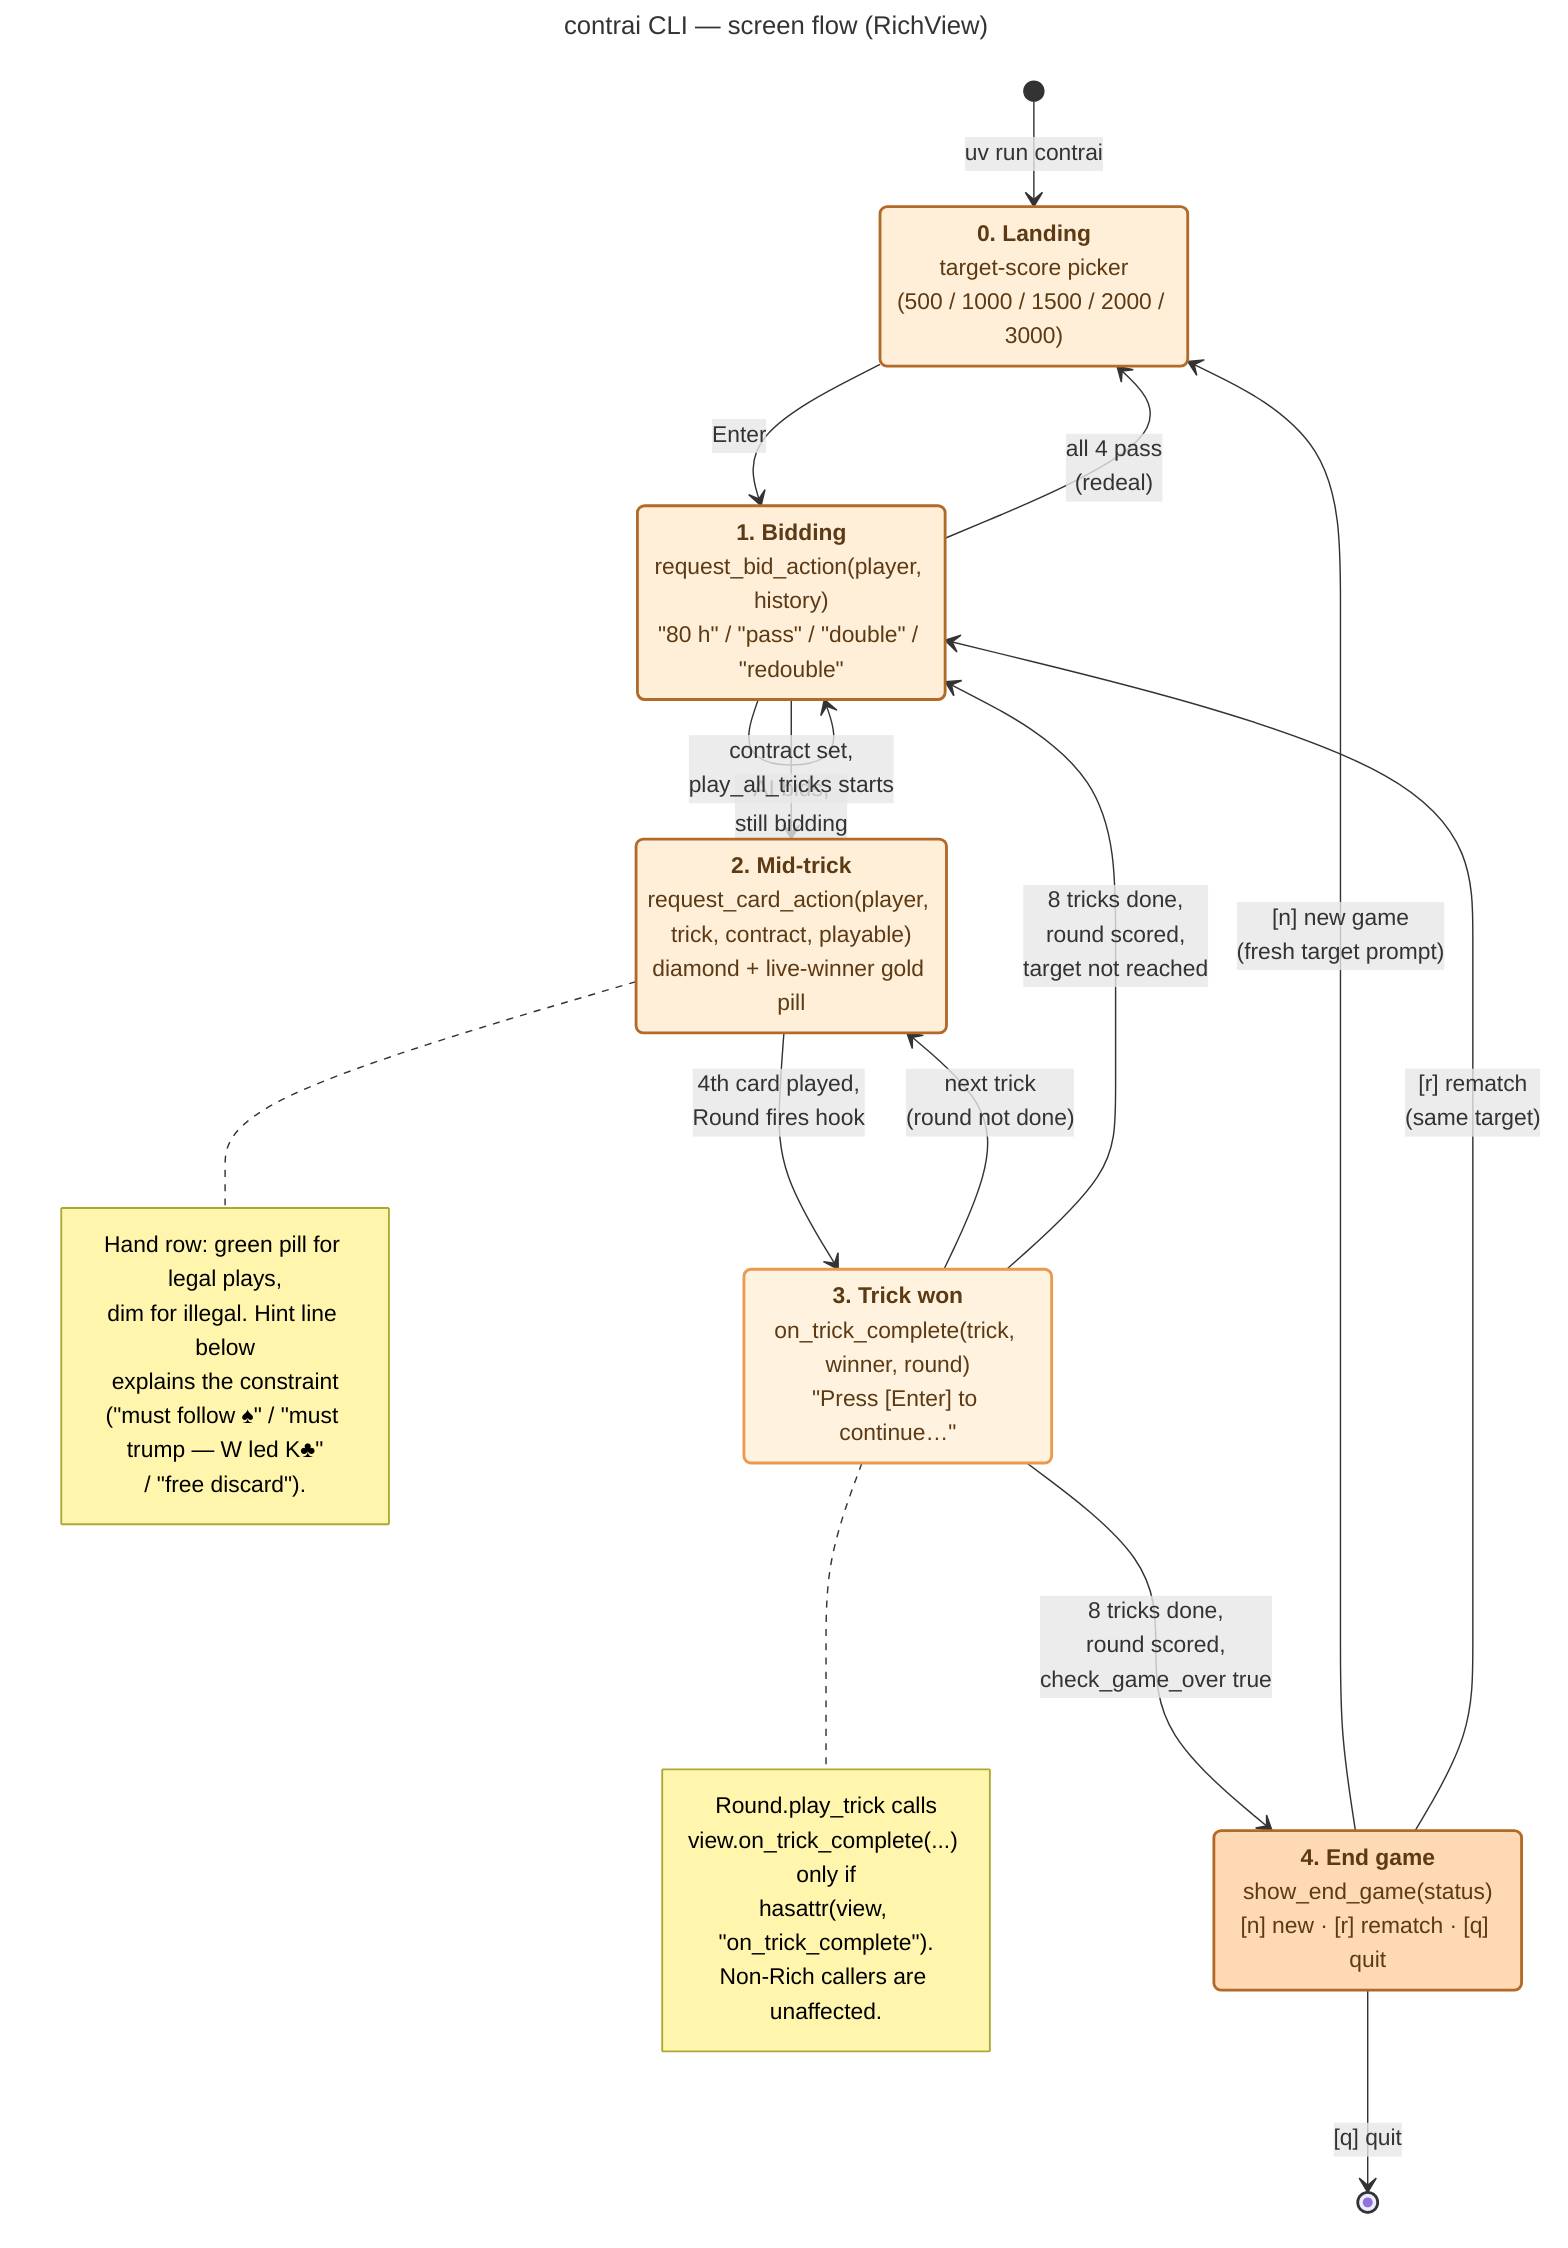
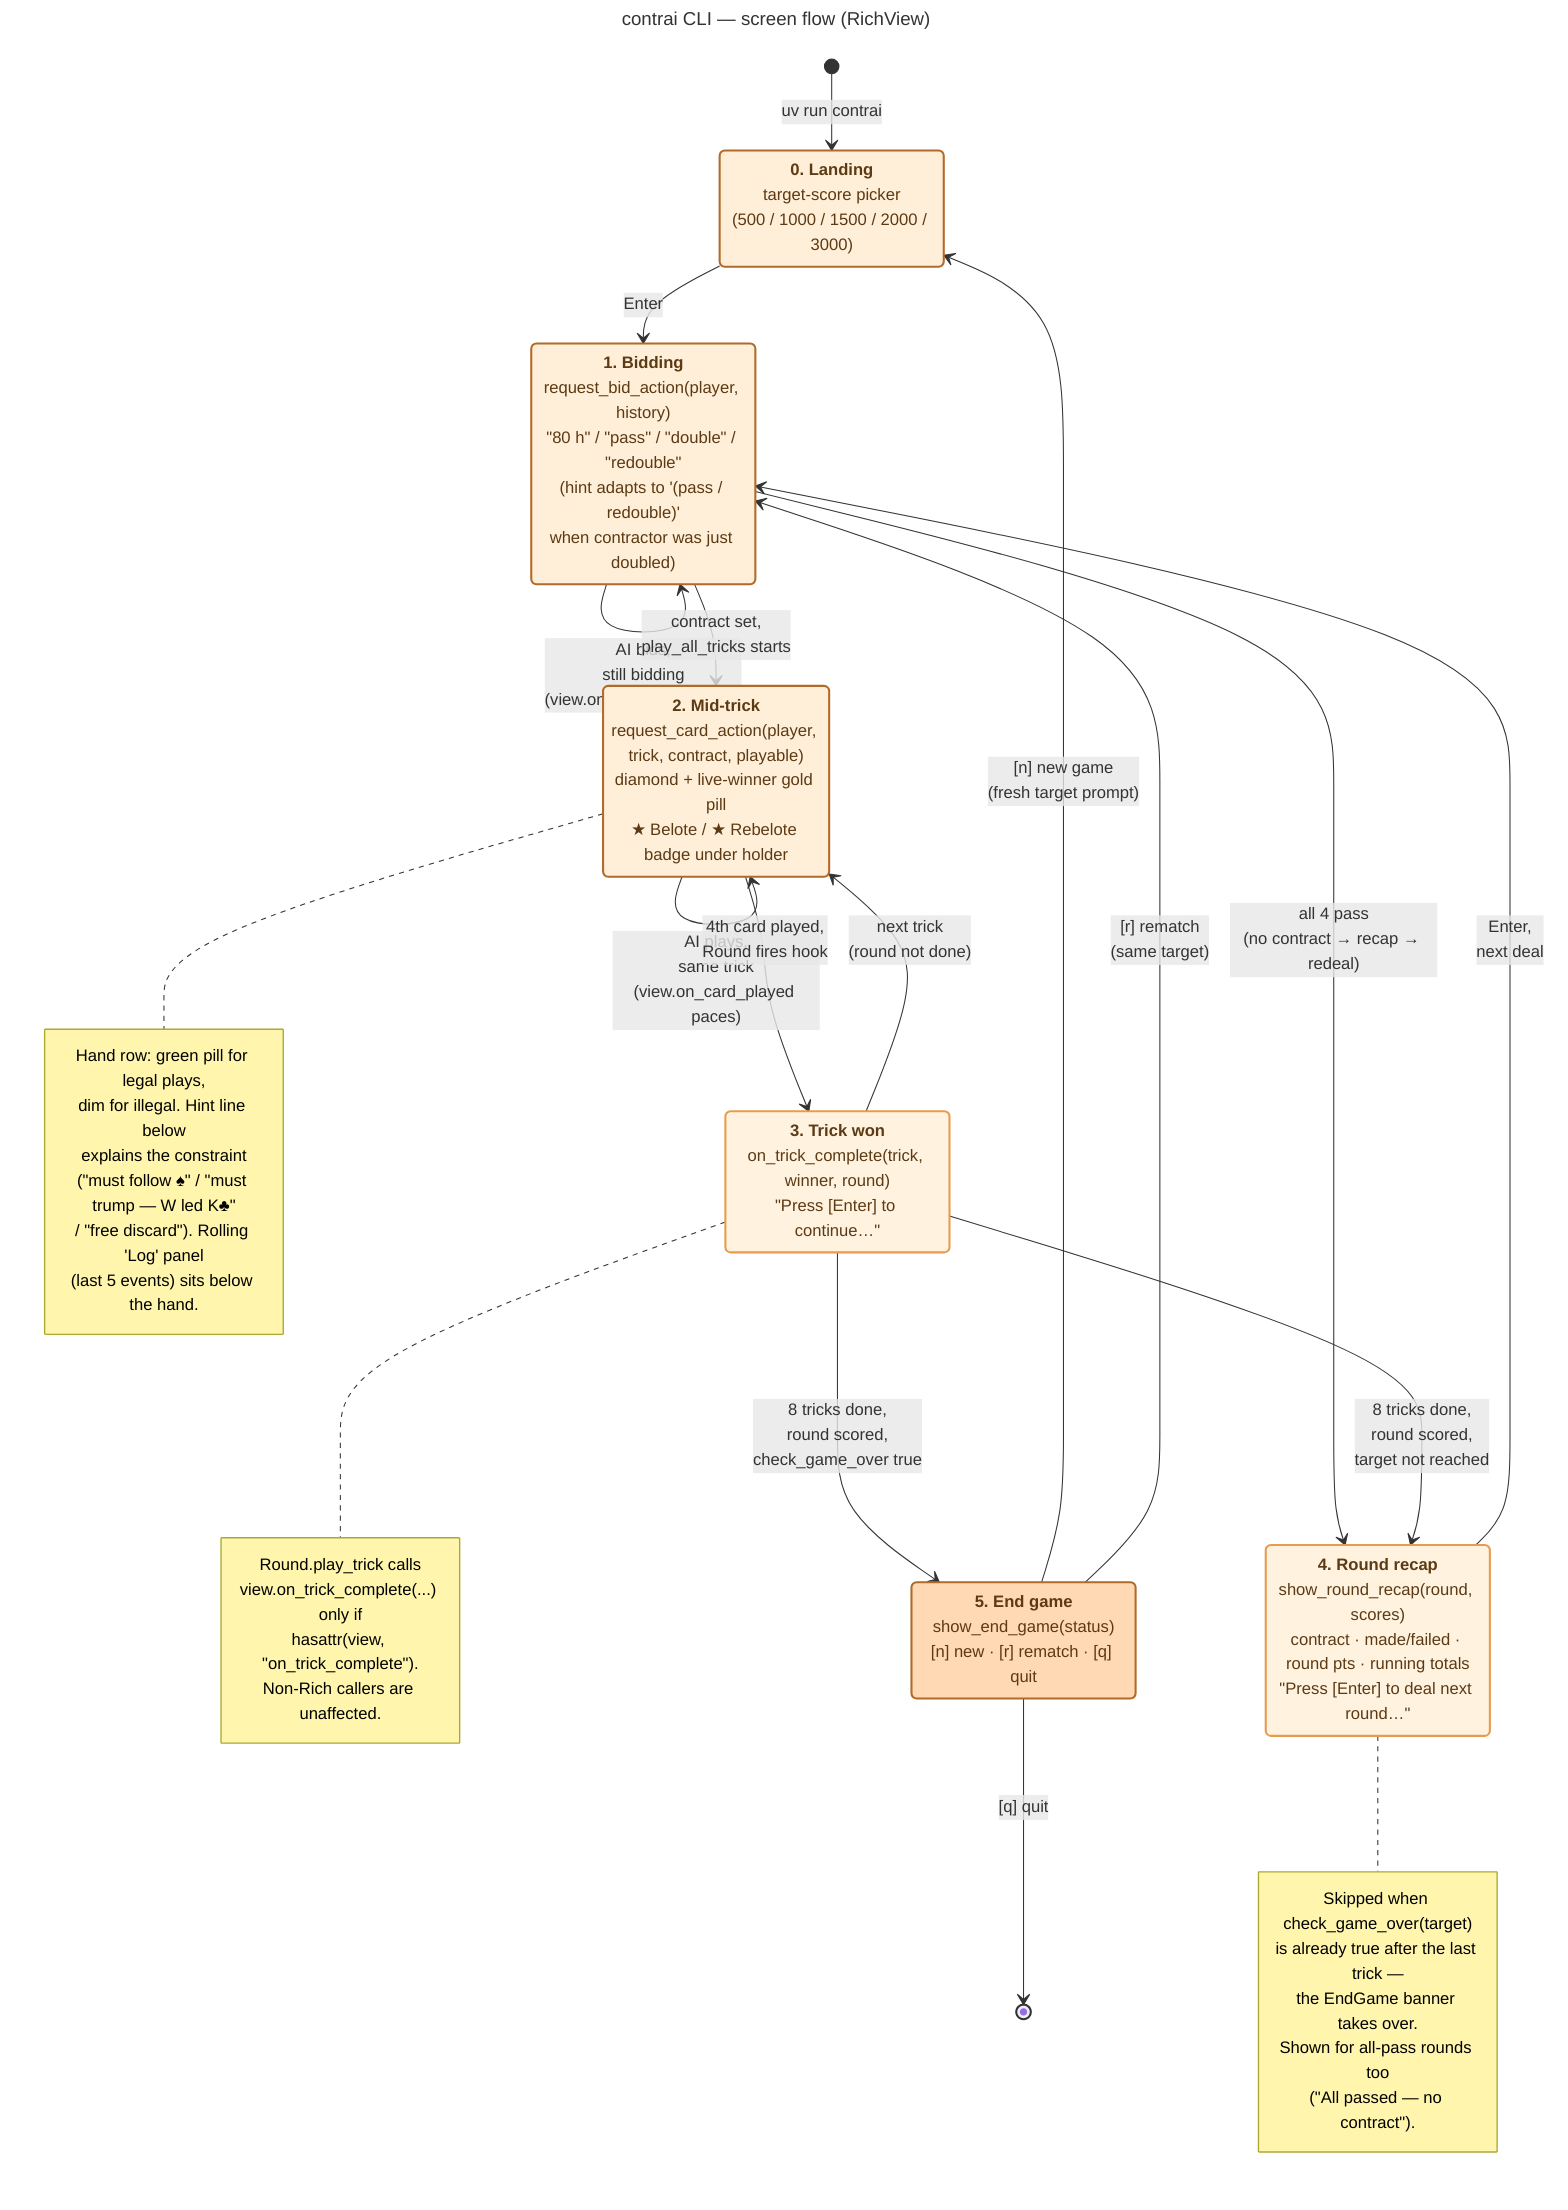
---
title: contrai CLI — screen flow (RichView)
---
stateDiagram-v2
    direction TB

    [*] --> Landing : uv run contrai

    Landing : <b>0. Landing</b><br/>target-score picker<br/>(500 / 1000 / 1500 / 2000 / 3000)
-     Bidding : <b>1. Bidding</b><br/>request_bid_action(player, history)<br/>"80 h" / "pass" / "double" / "redouble"
-     MidTrick : <b>2. Mid-trick</b><br/>request_card_action(player, trick, contract, playable)<br/>diamond + live-winner gold pill
+     Bidding : <b>1. Bidding</b><br/>request_bid_action(player, history)<br/>"80 h" / "pass" / "double" / "redouble"<br/>(hint adapts to '(pass / redouble)'<br/>when contractor was just doubled)
+     MidTrick : <b>2. Mid-trick</b><br/>request_card_action(player, trick, contract, playable)<br/>diamond + live-winner gold pill<br/>★ Belote / ★ Rebelote badge under holder
    TrickWon : <b>3. Trick won</b><br/>on_trick_complete(trick, winner, round)<br/>"Press [Enter] to continue…"
-     EndGame : <b>4. End game</b><br/>show_end_game(status)<br/>[n] new · [r] rematch · [q] quit
+     RoundRecap : <b>4. Round recap</b><br/>show_round_recap(round, scores)<br/>contract · made/failed · round pts · running totals<br/>"Press [Enter] to deal next round…"
+     EndGame : <b>5. End game</b><br/>show_end_game(status)<br/>[n] new · [r] rematch · [q] quit

    Landing --> Bidding : Enter
-     Bidding --> Bidding : AI bids,<br/>still bidding
-     Bidding --> Landing : all 4 pass<br/>(redeal)
+     Bidding --> Bidding : AI bids,<br/>still bidding<br/>(view.on_bid_made paces)
+     Bidding --> RoundRecap : all 4 pass<br/>(no contract → recap → redeal)
    Bidding --> MidTrick : contract set,<br/>play_all_tricks starts
+     MidTrick --> MidTrick : AI plays,<br/>same trick<br/>(view.on_card_played paces)
    MidTrick --> TrickWon : 4th card played,<br/>Round fires hook
    TrickWon --> MidTrick : next trick<br/>(round not done)
-     TrickWon --> Bidding : 8 tricks done,<br/>round scored,<br/>target not reached
+     TrickWon --> RoundRecap : 8 tricks done,<br/>round scored,<br/>target not reached
    TrickWon --> EndGame : 8 tricks done,<br/>round scored,<br/>check_game_over true
+     RoundRecap --> Bidding : Enter,<br/>next deal

    EndGame --> Landing : [n] new game<br/>(fresh target prompt)
    EndGame --> Bidding : [r] rematch<br/>(same target)
    EndGame --> [*] : [q] quit

    note right of MidTrick
        Hand row: green pill for legal plays,
        dim for illegal. Hint line below
        explains the constraint
        ("must follow ♠" / "must trump — W led K♣"
-         / "free discard").
+         / "free discard"). Rolling 'Log' panel
+         (last 5 events) sits below the hand.
    end note

    note right of TrickWon
        Round.play_trick calls
        view.on_trick_complete(...) only if
        hasattr(view, "on_trick_complete").
        Non-Rich callers are unaffected.
    end note

+     note right of RoundRecap
+         Skipped when check_game_over(target)
+         is already true after the last trick —
+         the EndGame banner takes over.
+         Shown for all-pass rounds too
+         ("All passed — no contract").
+     end note
+ 
    classDef screen0 fill:#FFEFD9,stroke:#B26A28,stroke-width:2px,color:#5C3A14;
    classDef screen1 fill:#FFEFD9,stroke:#B26A28,stroke-width:2px,color:#5C3A14;
    classDef screen2 fill:#FFEFD9,stroke:#B26A28,stroke-width:2px,color:#5C3A14;
    classDef screen3 fill:#FFF3E0,stroke:#E89A4F,stroke-width:2px,color:#5C3A14;
-     classDef screen4 fill:#FFD9B3,stroke:#B26A28,stroke-width:2px,color:#5C3A14;
+     classDef screen4 fill:#FFF3E0,stroke:#E89A4F,stroke-width:2px,color:#5C3A14;
+     classDef screen5 fill:#FFD9B3,stroke:#B26A28,stroke-width:2px,color:#5C3A14;

    class Landing screen0
    class Bidding screen1
    class MidTrick screen2
    class TrickWon screen3
-     class EndGame screen4
+     class RoundRecap screen4
+     class EndGame screen5
